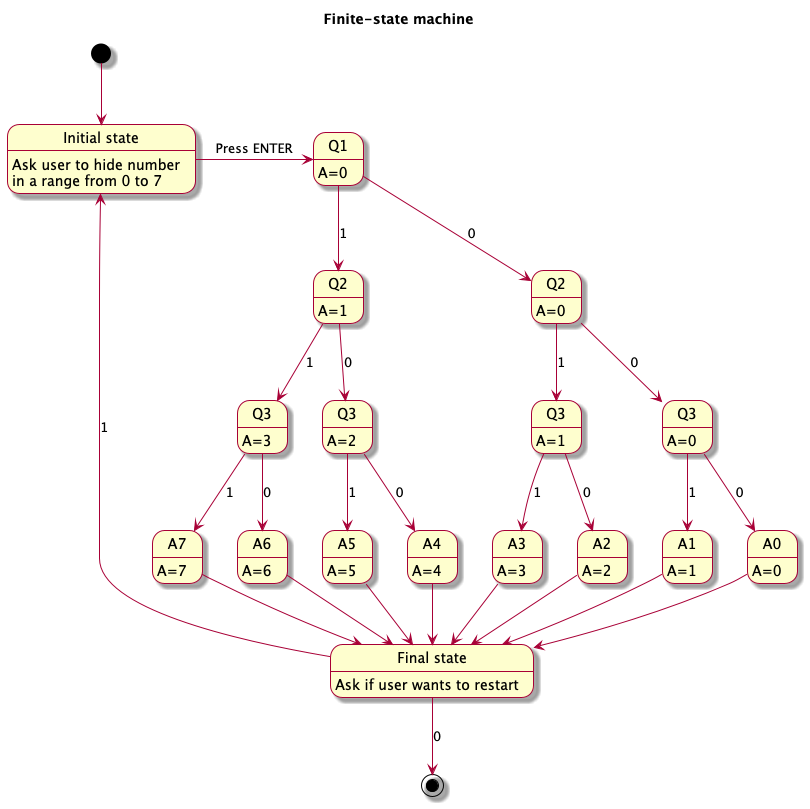
uzdik-student/assignment-4 keeps this PlantUML diagram as fsm.png. Above is the earlier version.
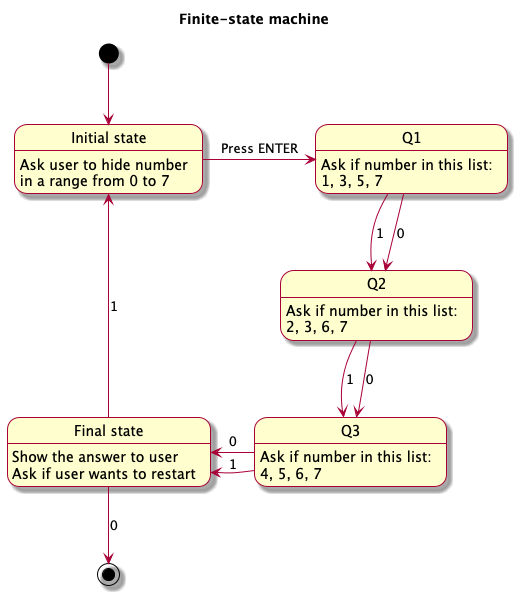
After the commit.

Diff of the diagram source:
```diff
@@ -6,71 +6,32 @@
 state "Initial state" as Init
 state "Q1" as Q1
 state "Q2" as Q20
-state "Q2" as Q21
 state "Q3" as Q30
-state "Q3" as Q31
-state "Q3" as Q32
-state "Q3" as Q33
-state "A0" as A0
-state "A1" as A1
-state "A2" as A2
-state "A3" as A3
-state "A4" as A4
-state "A5" as A5
-state "A6" as A6
-state "A7" as A7
 state "Final state" as Final
 
 Init : Ask user to hide number
 Init : in a range from 0 to 7
 
-Q1 : A=0
+Q1 : Ask if number in this list:
+Q1 : 1, 3, 5, 7
+Q20 : Ask if number in this list:
+Q20 : 2, 3, 6, 7
+Q30 : Ask if number in this list:
+Q30 : 4, 5, 6, 7
 
-Q20 : A=0
-Q21 : A=1
-
-Q30 : A=0
-Q31 : A=1
-Q32 : A=2
-Q33 : A=3
-
-A0 : A=0
-A1 : A=1
-A2 : A=2
-A3 : A=3
-A4 : A=4
-A5 : A=5
-A6 : A=6
-A7 : A=7
-
+Final : Show the answer to user
 Final : Ask if user wants to restart
 
 [*] --> Init
 Init -> Q1 : Press ENTER
 Q1 --> Q20 : 0
-Q1 --> Q21 : 1
+Q1 --> Q20 : 1
 Q20 --> Q30 : 0
-Q20 --> Q31 : 1
-Q21 --> Q32 : 0
-Q21 --> Q33 : 1
-Q30 --> A0 : 0
-Q30 --> A1 : 1
-Q31 --> A2 : 0
-Q31 --> A3 : 1
-Q32 --> A4 : 0
-Q32 --> A5 : 1
-Q33 --> A6 : 0
-Q33 --> A7 : 1
+Q20 --> Q30 : 1
+Final <- Q30 : 0
+Final <- Q30 : 1
 
-A0 --> Final
-A1 --> Final
-A2 --> Final
-A3 --> Final
-A4 --> Final
-A5 --> Final
-A6 --> Final
-A7 --> Final
-Final --> Init : 1
+Init <-- Final  : 1
 Final --> [*] : 0
 
 @enduml
```
